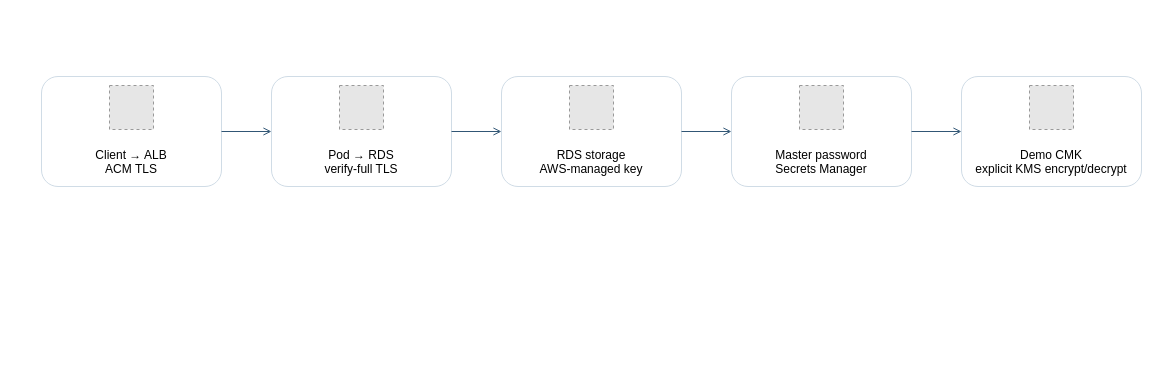
Earlier version of the draw.io diagram workshop/static/images/encryption.drawio (toannd021104/AWS-Security-Workshop-EKS-defense-in-dept). Source tidied: cells renumbered, new cells numbered last; positions are measured from the earlier drawing's top-left corner, leaving out a move shared by most shapes. Both pictures are drawn from the tidied source at 100%, with x=0, y=0 at pixel (41, 76). Pictures stored in the file or linked from it are replaced by grey dashed boxes.
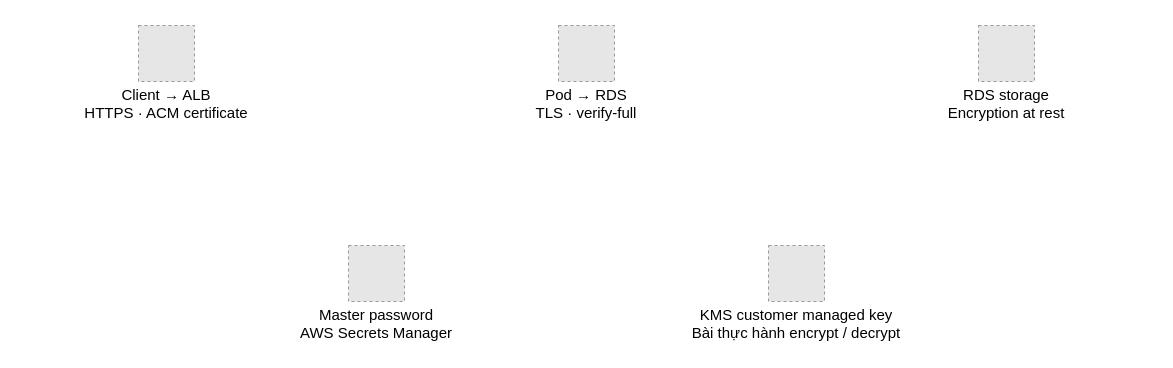
The same diagram, later.

Change to the diagram source:
```diff
@@
-<mxGraphModel background="#ffffff">
+<mxGraphModel>
   <root>
     <mxCell id="0" />
     <mxCell id="1" parent="0" />
-    <mxCell id="2" value="Client → ALB&#10;ACM TLS" style="rounded=1;fillColor=#ffffff;strokeColor=#d0dce6;verticalAlign=bottom;spacingBottom=8;" parent="1" vertex="1">
-      <mxGeometry width="180" height="110" as="geometry" />
+    <mxCell id="2" value="Client → ALB&#10;HTTPS · ACM certificate" style="fillColor=none;strokeColor=none;fontSize=15;verticalAlign=bottom;spacingBottom=8;" parent="1" vertex="1">
+      <mxGeometry x="-25" y="-60" width="300" height="115" as="geometry" />
     </mxCell>
-    <mxCell id="3" value="Pod → RDS&#10;verify-full TLS" style="rounded=1;fillColor=#ffffff;strokeColor=#d0dce6;verticalAlign=bottom;spacingBottom=8;" parent="1" vertex="1">
-      <mxGeometry x="230" width="180" height="110" as="geometry" />
+    <mxCell id="3" value="Pod → RDS&#10;TLS · verify-full" style="fillColor=none;strokeColor=none;fontSize=15;verticalAlign=bottom;spacingBottom=8;" parent="1" vertex="1">
+      <mxGeometry x="395" y="-60" width="300" height="115" as="geometry" />
     </mxCell>
-    <mxCell id="4" value="RDS storage&#10;AWS-managed key" style="rounded=1;fillColor=#ffffff;strokeColor=#d0dce6;verticalAlign=bottom;spacingBottom=8;" parent="1" vertex="1">
-      <mxGeometry x="460" width="180" height="110" as="geometry" />
+    <mxCell id="4" value="RDS storage&#10;Encryption at rest" style="fillColor=none;strokeColor=none;fontSize=15;verticalAlign=bottom;spacingBottom=8;" parent="1" vertex="1">
+      <mxGeometry x="815" y="-60" width="300" height="115" as="geometry" />
     </mxCell>
-    <mxCell id="5" value="Master password&#10;Secrets Manager" style="rounded=1;fillColor=#ffffff;strokeColor=#d0dce6;verticalAlign=bottom;spacingBottom=8;" parent="1" vertex="1">
-      <mxGeometry x="690" width="180" height="110" as="geometry" />
+    <mxCell id="5" value="Master password&#10;AWS Secrets Manager" style="fillColor=none;strokeColor=none;fontSize=15;verticalAlign=bottom;spacingBottom=8;" parent="1" vertex="1">
+      <mxGeometry x="185" y="160" width="300" height="115" as="geometry" />
     </mxCell>
-    <mxCell id="6" value="Demo CMK&#10;explicit KMS encrypt/decrypt" style="rounded=1;fillColor=#ffffff;strokeColor=#d0dce6;verticalAlign=bottom;spacingBottom=8;" parent="1" vertex="1">
-      <mxGeometry x="920" width="180" height="110" as="geometry" />
+    <mxCell id="6" value="KMS customer managed key&#10;Bài thực hành encrypt / decrypt" style="fillColor=none;strokeColor=none;fontSize=15;verticalAlign=bottom;spacingBottom=8;" parent="1" vertex="1">
+      <mxGeometry x="605" y="160" width="300" height="115" as="geometry" />
     </mxCell>
     <mxCell id="7" style="fillColor=#E6E6E6;strokeColor=#999999;dashed=1;" parent="1" vertex="1">
-      <mxGeometry x="68" y="9" width="44" height="44" as="geometry" />
+      <mxGeometry x="97" y="-51" width="56" height="56" as="geometry" />
     </mxCell>
     <mxCell id="8" style="fillColor=#E6E6E6;strokeColor=#999999;dashed=1;" parent="1" vertex="1">
-      <mxGeometry x="298" y="9" width="44" height="44" as="geometry" />
+      <mxGeometry x="517" y="-51" width="56" height="56" as="geometry" />
     </mxCell>
     <mxCell id="9" style="fillColor=#E6E6E6;strokeColor=#999999;dashed=1;" parent="1" vertex="1">
-      <mxGeometry x="528" y="9" width="44" height="44" as="geometry" />
+      <mxGeometry x="937" y="-51" width="56" height="56" as="geometry" />
     </mxCell>
     <mxCell id="10" style="fillColor=#E6E6E6;strokeColor=#999999;dashed=1;" parent="1" vertex="1">
-      <mxGeometry x="758" y="9" width="44" height="44" as="geometry" />
+      <mxGeometry x="307" y="169" width="56" height="56" as="geometry" />
     </mxCell>
     <mxCell id="11" style="fillColor=#E6E6E6;strokeColor=#999999;dashed=1;" parent="1" vertex="1">
-      <mxGeometry x="988" y="9" width="44" height="44" as="geometry" />
+      <mxGeometry x="727" y="169" width="56" height="56" as="geometry" />
     </mxCell>
-    <mxCell id="12" style="edgeStyle=orthogonalEdgeStyle;endArrow=open;fontSize=15;strokeColor=#315675;exitX=1.0;exitY=0.5;exitPerimeter=0;entryX=0.0;entryY=0.5;entryPerimeter=0;" parent="1" edge="1" source="2" target="3">
-      <mxGeometry relative="1" as="geometry" />
-    </mxCell>
-    <mxCell id="13" style="edgeStyle=orthogonalEdgeStyle;endArrow=open;fontSize=15;strokeColor=#315675;exitX=1.0;exitY=0.5;exitPerimeter=0;entryX=0.0;entryY=0.5;entryPerimeter=0;" parent="1" edge="1" source="3" target="4">
-      <mxGeometry relative="1" as="geometry" />
-    </mxCell>
-    <mxCell id="14" style="edgeStyle=orthogonalEdgeStyle;endArrow=open;fontSize=15;strokeColor=#315675;exitX=1.0;exitY=0.5;exitPerimeter=0;entryX=0.0;entryY=0.5;entryPerimeter=0;" parent="1" edge="1" source="4" target="5">
-      <mxGeometry relative="1" as="geometry" />
-    </mxCell>
-    <mxCell id="15" style="edgeStyle=orthogonalEdgeStyle;endArrow=open;fontSize=15;strokeColor=#315675;exitX=1.0;exitY=0.5;exitPerimeter=0;entryX=0.0;entryY=0.5;entryPerimeter=0;" parent="1" edge="1" source="5" target="6">
-      <mxGeometry relative="1" as="geometry" />
-    </mxCell>
   </root>
 </mxGraphModel>
```
